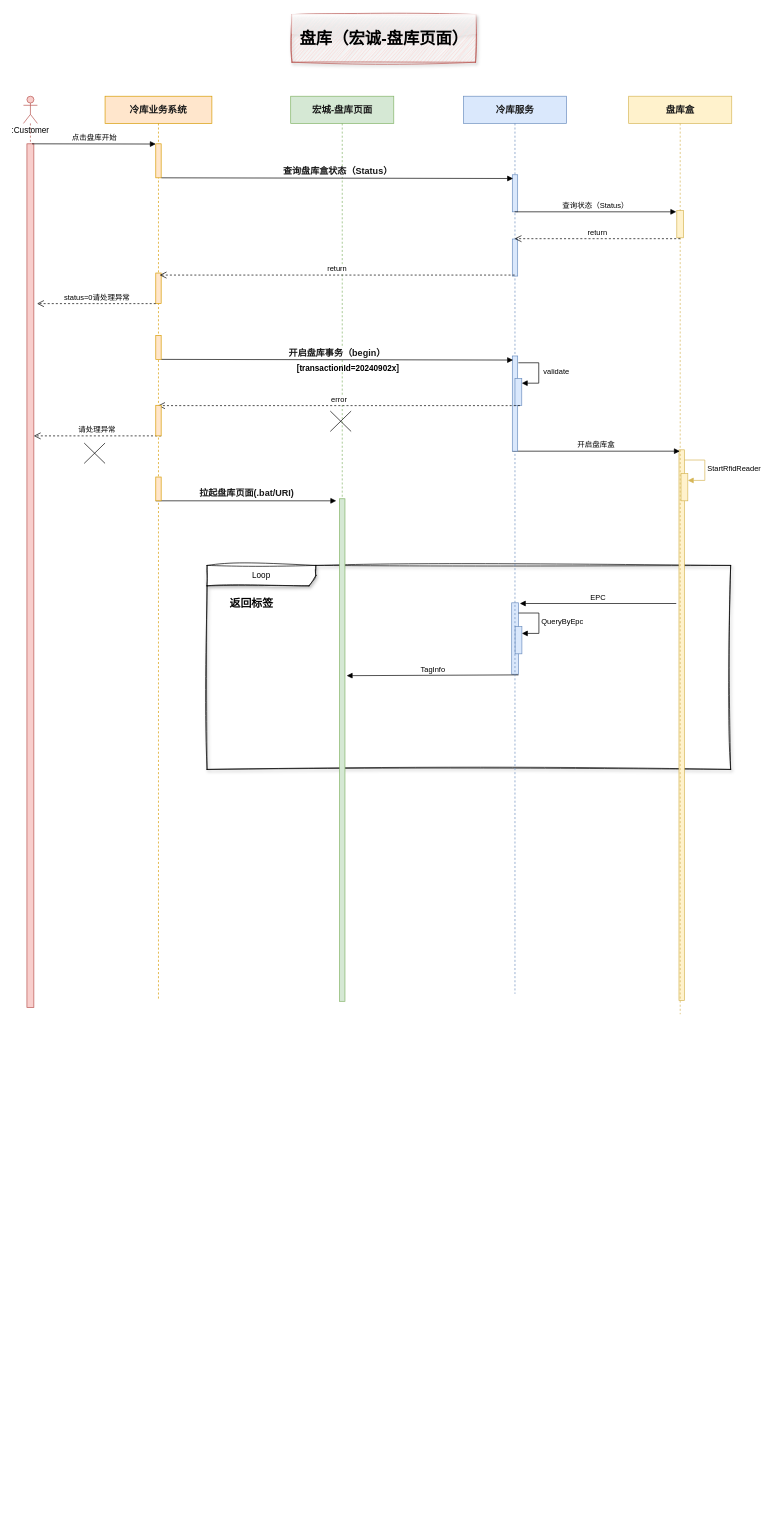
This is page "盘库（宏诚-盘库页面）" (4 of 4) of 冷库/冷库时序图.drawio from HaoQianCheng/Draw, a draw.io file, before an edit. Source tidied: cells renumbered, new cells numbered last; positions are measured from the earlier drawing's top-left corner, leaving out a move shared by most shapes. Both pictures are drawn from the tidied source at 68%, with x=0, y=0 at pixel (23, 14).
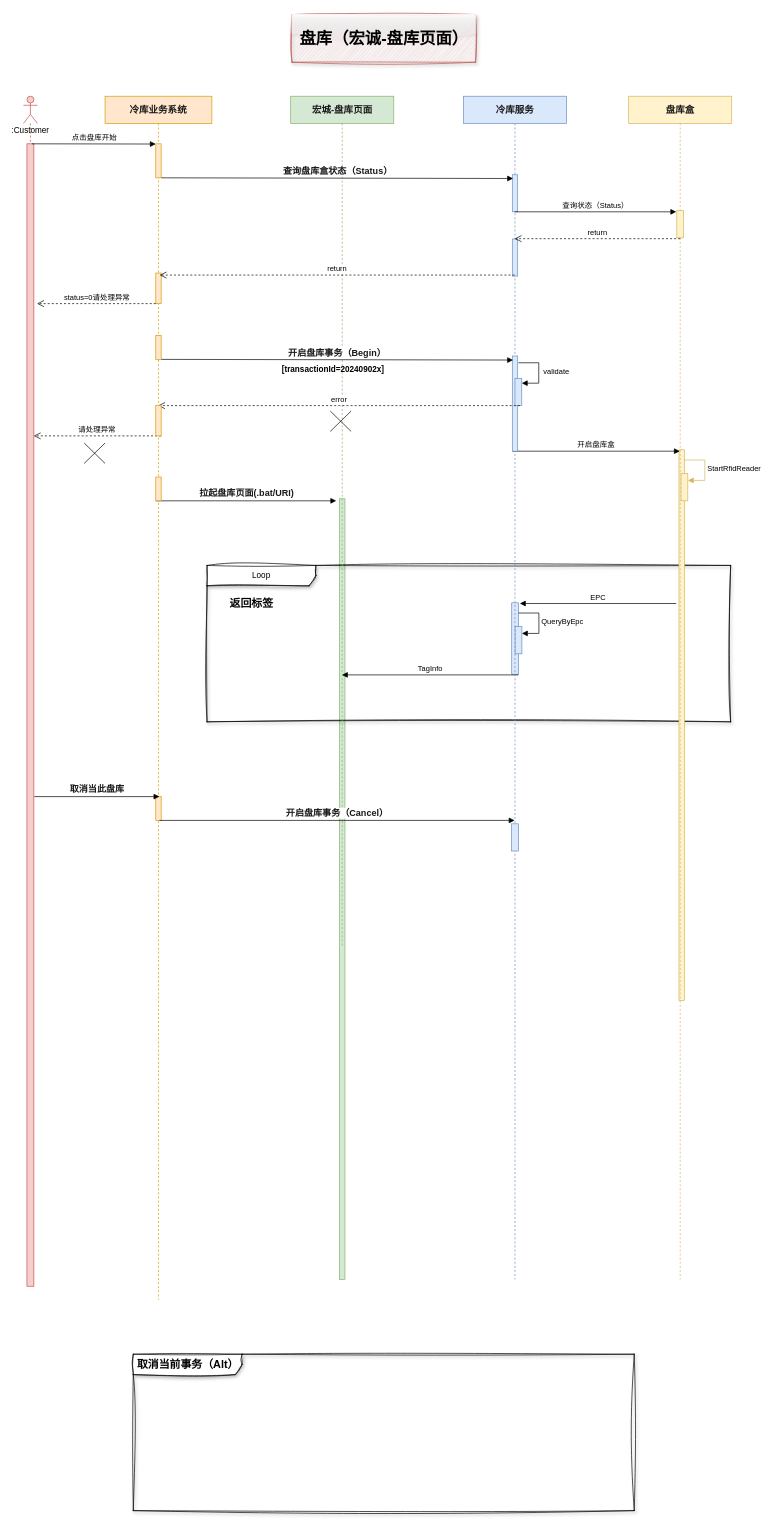
The same page after the edit.

Commit message (it also covers changes not shown here):
更新冷库时序图.drawio

Unchanged cells that the change refers to:
```xml
<mxCell id="16" value="&lt;font face=&quot;Microsoft YaHei&quot; color=&quot;#191919&quot;&gt;&lt;span style=&quot;font-size: 14px;&quot;&gt;&lt;b&gt;宏城-盘库页面&lt;/b&gt;&lt;/span&gt;&lt;/font&gt;" style="shape=umlLifeline;perimeter=lifelinePerimeter;whiteSpace=wrap;html=1;outlineConnect=0;fillColor=#d5e8d4;strokeColor=#82b366;" parent="1" vertex="1">
  <mxGeometry x="393" y="120" width="151.6" height="1250" as="geometry" />
</mxCell>
```

Change to the diagram source:
```diff
@@
+    <mxCell id="34" style="html=1;points=[];perimeter=orthogonalPerimeter;fillColor=#d5e8d4;strokeColor=#82b366;" parent="1" vertex="1">
+      <mxGeometry x="464.9" y="712" width="7.9" height="1148" as="geometry" />
+    </mxCell>
     <mxCell id="2" value="Loop" style="shape=umlFrame;whiteSpace=wrap;html=1;width=160;shadow=1;sketch=1;curveFitting=1;jiggle=2;" parent="1" vertex="1">
-      <mxGeometry x="270" y="810" width="770" height="300" as="geometry" />
+      <mxGeometry x="270" y="810" width="770" height="230" as="geometry" />
     </mxCell>
@@
-    <mxCell id="9" value="TagInfo" style="html=1;verticalAlign=bottom;endArrow=block;curved=0;rounded=0;exitX=0.127;exitY=0.445;exitDx=0;exitDy=0;exitPerimeter=0;entryX=1.322;entryY=0.352;entryDx=0;entryDy=0;entryPerimeter=0;" parent="2" edge="1" target="34">
+    <mxCell id="9" value="TagInfo" style="html=1;verticalAlign=bottom;endArrow=block;curved=0;rounded=0;exitX=0.127;exitY=0.445;exitDx=0;exitDy=0;exitPerimeter=0;" parent="2" edge="1" target="16">
       <mxGeometry relative="1" as="geometry">
         <mxPoint x="458" y="161" as="sourcePoint" />
       </mxGeometry>
     </mxCell>
     <mxCell id="10" value=":Customer" style="shape=umlLifeline;participant=umlActor;perimeter=lifelinePerimeter;html=1;verticalAlign=top;spacingTop=36;size=40;fillColor=#f8cecc;strokeColor=#b85450;" parent="1" vertex="1">
-      <mxGeometry y="120" width="20.5" height="1340" as="geometry" />
+      <mxGeometry y="120" width="20.5" height="1750" as="geometry" />
     </mxCell>
     <mxCell id="11" style="html=1;perimeter=orthogonalPerimeter;fillColor=#f8cecc;strokeColor=#b85450;" parent="10" vertex="1">
-      <mxGeometry x="5.1" y="70" width="10.2" height="1270" as="geometry" />
+      <mxGeometry x="5.1" y="70" width="10.2" height="1680" as="geometry" />
     </mxCell>
     <mxCell id="12" value="&lt;span style=&quot;font-family:'Microsoft YaHei'; font-size:10.5pt; font-weight:600; color:#191919;&quot;&gt;冷库服务&lt;/span&gt;" style="shape=umlLifeline;perimeter=lifelinePerimeter;whiteSpace=wrap;html=1;outlineConnect=0;fillColor=#dae8fc;strokeColor=#6c8ebf;" parent="1" vertex="1">
-      <mxGeometry x="647" y="120" width="151.6" height="1320" as="geometry" />
+      <mxGeometry x="647" y="120" width="151.6" height="1740" as="geometry" />
     </mxCell>
@@
+    <mxCell id="45" style="html=1;perimeter=orthogonalPerimeter;targetShapes=umlLifeline;newEdgeStyle={&quot;curved&quot;:0,&quot;rounded&quot;:0};fillColor=#dae8fc;strokeColor=#6c8ebf;" parent="12" vertex="1">
+      <mxGeometry x="70.8" y="1070" width="10" height="40" as="geometry" />
+    </mxCell>
@@
+    <mxCell id="35" value="&lt;b&gt;[transactionId=20240902x]&lt;/b&gt;" style="text;html=1;align=center;verticalAlign=middle;strokeColor=none;fillColor=none;" parent="16" vertex="1">
+      <mxGeometry x="-23" y="387" width="170" height="30" as="geometry" />
+    </mxCell>
     <mxCell id="17" value="&lt;span style=&quot;font-family:'Microsoft YaHei'; font-size:10.5pt; font-weight:600; color:#191919;&quot;&gt;盘库盒&lt;/span&gt;" style="shape=umlLifeline;perimeter=lifelinePerimeter;whiteSpace=wrap;html=1;outlineConnect=0;fillColor=#fff2cc;strokeColor=#d6b656;" parent="1" vertex="1">
-      <mxGeometry x="890" y="120" width="151.6" height="1350" as="geometry" />
+      <mxGeometry x="890" y="120" width="151.6" height="1740" as="geometry" />
     </mxCell>
@@
     <mxCell id="22" value="&lt;span style=&quot;font-family:'Microsoft YaHei'; font-size:10.5pt; font-weight:600; color:#191919;&quot;&gt;冷库业务系统&lt;/span&gt;" style="shape=umlLifeline;perimeter=lifelinePerimeter;whiteSpace=wrap;html=1;fillColor=#ffe6cc;strokeColor=#d79b00;" parent="1" vertex="1">
-      <mxGeometry x="120" y="120" width="157.1" height="1330" as="geometry" />
+      <mxGeometry x="120" y="120" width="157.1" height="1770" as="geometry" />
     </mxCell>
@@
-    <mxCell id="34" style="html=1;points=[];perimeter=orthogonalPerimeter;fillColor=#d5e8d4;strokeColor=#82b366;" parent="1" vertex="1">
-      <mxGeometry x="464.9" y="712" width="7.9" height="739" as="geometry" />
-    </mxCell>
-    <mxCell id="35" value="&lt;b&gt;[transactionId=20240902x]&lt;/b&gt;" style="text;html=1;align=center;verticalAlign=middle;strokeColor=none;fillColor=none;" parent="1" vertex="1">
-      <mxGeometry x="391.6" y="505.8" width="170" height="30" as="geometry" />
-    </mxCell>
@@
-    <mxCell id="38" value="&lt;b style=&quot;color: rgb(25, 25, 25); font-family: &amp;quot;Microsoft YaHei&amp;quot;; font-size: 13.3333px;&quot;&gt;开启盘库事务（begin）&lt;/b&gt;" style="html=1;verticalAlign=bottom;endArrow=block;curved=0;rounded=0;exitX=0.907;exitY=0.005;exitDx=0;exitDy=0;exitPerimeter=0;" parent="1" edge="1">
+    <mxCell id="38" value="&lt;b style=&quot;color: rgb(25, 25, 25); font-family: &amp;quot;Microsoft YaHei&amp;quot;; font-size: 13.3333px;&quot;&gt;开启盘库事务（Begin）&lt;/b&gt;" style="html=1;verticalAlign=bottom;endArrow=block;curved=0;rounded=0;exitX=0.907;exitY=0.005;exitDx=0;exitDy=0;exitPerimeter=0;" parent="1" edge="1">
       <mxGeometry relative="1" as="geometry">
         <mxPoint x="202.5" y="507" as="sourcePoint" />
         <mxPoint x="720" y="508" as="targetPoint" />
       </mxGeometry>
     </mxCell>
@@
+    <mxCell id="46" value="&lt;span style=&quot;font-size: 16px; text-wrap: nowrap;&quot;&gt;&lt;b&gt;取消当前事务（Alt）&lt;/b&gt;&lt;/span&gt;" style="shape=umlFrame;whiteSpace=wrap;html=1;width=160;shadow=1;sketch=1;curveFitting=1;jiggle=2;" parent="1" vertex="1">
+      <mxGeometry x="161.5" y="1970" width="736.7" height="230" as="geometry" />
+    </mxCell>
+    <mxCell id="47" style="html=1;points=[];perimeter=orthogonalPerimeter;fillColor=#ffe6cc;strokeColor=#d79b00;" parent="1" vertex="1">
+      <mxGeometry x="194.6" y="1150" width="7.9" height="35" as="geometry" />
+    </mxCell>
+    <mxCell id="48" value="&lt;b style=&quot;color: rgb(25, 25, 25); font-family: &amp;quot;Microsoft YaHei&amp;quot;; font-size: 13.3333px;&quot;&gt;开启盘库事务（Cancel）&lt;/b&gt;" style="html=1;verticalAlign=bottom;endArrow=block;curved=0;rounded=0;exitX=0.684;exitY=1;exitDx=0;exitDy=0;exitPerimeter=0;" parent="1" edge="1" source="47" target="12">
+      <mxGeometry relative="1" as="geometry" />
+    </mxCell>
+    <mxCell id="49" value="&lt;font face=&quot;Microsoft YaHei&quot; color=&quot;#191919&quot;&gt;&lt;span style=&quot;font-size: 13.3333px;&quot;&gt;&lt;b&gt;取消当此盘库&lt;/b&gt;&lt;/span&gt;&lt;/font&gt;" style="html=1;verticalAlign=bottom;endArrow=block;curved=0;rounded=0;exitX=0.684;exitY=1;exitDx=0;exitDy=0;exitPerimeter=0;" parent="1" edge="1">
+      <mxGeometry relative="1" as="geometry">
+        <mxPoint x="16" y="1150" as="sourcePoint" />
+        <mxPoint x="200" y="1150" as="targetPoint" />
+      </mxGeometry>
+    </mxCell>
```
